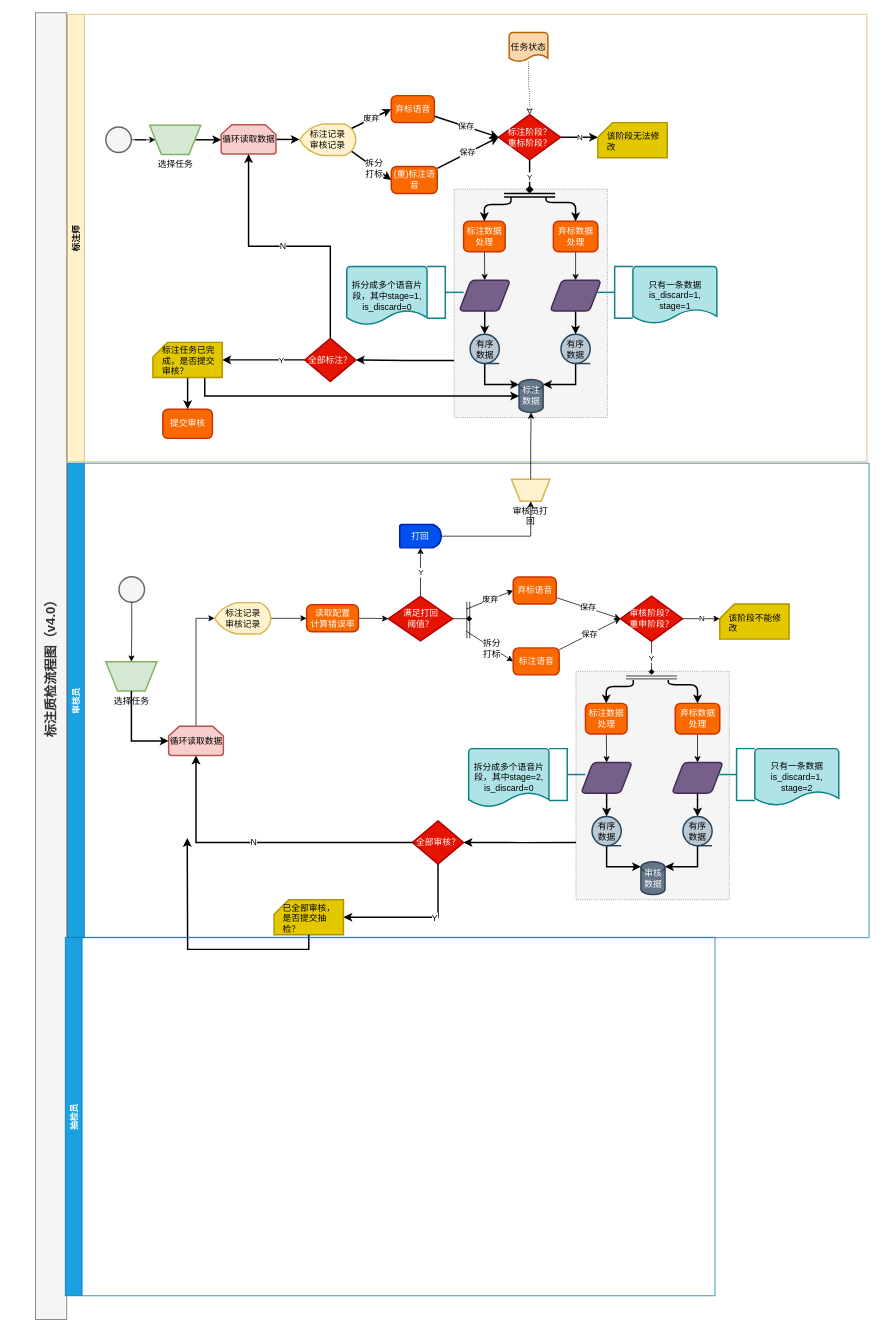
Earlier version of the draw.io diagram 标注完整流程图.drawio (gumuqi/draw.io). Source tidied: cells renumbered, new cells numbered last; positions are measured from the earlier drawing's top-left corner, leaving out a move shared by most shapes. Both pictures are drawn from the tidied source at 73%, with x=0, y=0 at pixel (35, -162).
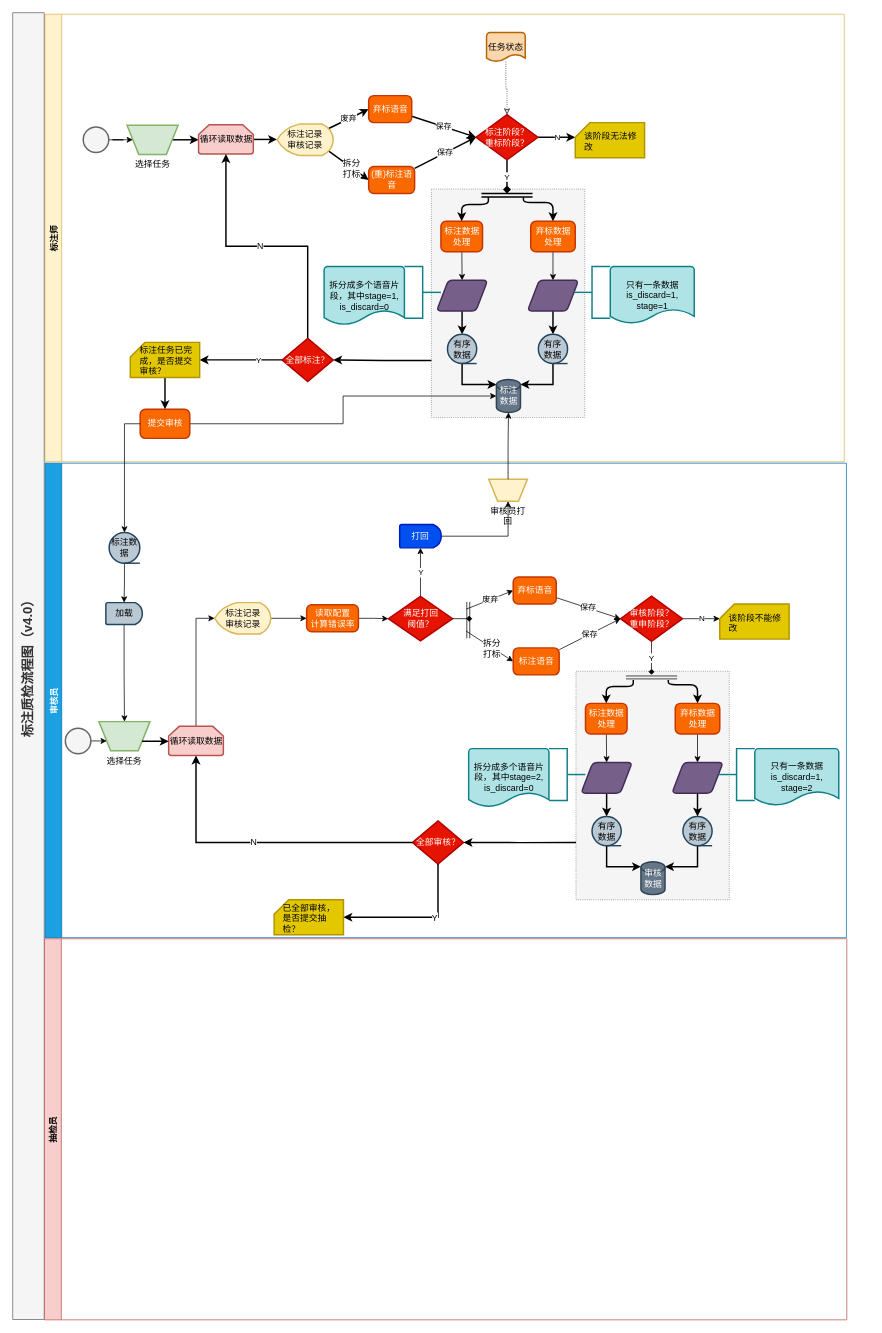
After the change.

Commit message (it also covers changes not shown here):
更新标注完整流程图.drawio

The change refers to these unchanged cells:
```xml
<mxCell id="38" value="标注数据" style="strokeWidth=2;html=1;shape=mxgraph.flowchart.database;whiteSpace=wrap;fillColor=#647687;strokeColor=#314354;fontColor=#ffffff;" parent="2" vertex="1">
  <mxGeometry x="377.5" y="741.5" width="33" height="45" as="geometry" />
</mxCell>
<mxCell id="48" value="提交审核" style="rounded=1;whiteSpace=wrap;html=1;absoluteArcSize=1;arcSize=14;strokeWidth=2;fillColor=#fa6800;strokeColor=#C73500;fontColor=#ffffff;" parent="2" vertex="1">
  <mxGeometry x="-110.5" y="782" width="68" height="40" as="geometry" />
</mxCell>
```

Change to the diagram source:
```diff
@@
     <mxCell id="2" value="标注师" style="swimlane;fillColor=#fff2cc;strokeColor=#d6b656;rotation=-90;" parent="1" vertex="1">
-      <mxGeometry x="285" width="613" height="1095" as="geometry" />
+      <mxGeometry x="254" width="613" height="1095" as="geometry" />
     </mxCell>
@@
-    <mxCell id="47" style="edgeStyle=orthogonalEdgeStyle;rounded=0;jettySize=auto;html=1;entryX=0;entryY=0.5;entryDx=0;entryDy=0;entryPerimeter=0;endArrow=classic;endFill=1;strokeWidth=2;" parent="2" edge="1" target="38">
-      <mxGeometry relative="1" as="geometry">
-        <mxPoint x="-53" y="739" as="sourcePoint" />
-        <Array as="points">
-          <mxPoint x="-53" y="764" />
-        </Array>
-      </mxGeometry>
-    </mxCell>
+    <mxCell id="118" style="edgeStyle=orthogonalEdgeStyle;rounded=0;jettySize=auto;html=1;entryX=0;entryY=0.5;entryDx=0;entryDy=0;entryPerimeter=0;endArrow=classic;endFill=1;strokeWidth=1;" parent="2" edge="1" source="48" target="38">
+      <mxGeometry relative="1" as="geometry" />
+    </mxCell>
@@
     <mxCell id="53" value="审核员" style="swimlane;fillColor=#1ba1e2;strokeColor=#006EAF;rotation=-90;fontColor=#ffffff;" parent="1" vertex="1">
-      <mxGeometry x="268" y="632" width="650" height="1098" as="geometry" />
+      <mxGeometry x="237" y="632" width="650" height="1098" as="geometry" />
     </mxCell>
     <mxCell id="54" style="verticalLabelPosition=bottom;verticalAlign=top;html=1;strokeWidth=2;shape=card;whiteSpace=wrap;size=20;arcSize=12;fillColor=#e3c800;strokeColor=#B09500;fontColor=#ffffff;" parent="53" vertex="1">
-      <mxGeometry x="59" y="822" width="95" height="48" as="geometry" />
+      <mxGeometry x="90" y="822" width="95" height="48" as="geometry" />
     </mxCell>
     <mxCell id="55" value="已全部审核，是否提交抽检？" style="text;html=1;strokeColor=none;fillColor=none;align=left;verticalAlign=middle;whiteSpace=wrap;rounded=0;" parent="53" vertex="1">
-      <mxGeometry x="69" y="837.5" width="75" height="20" as="geometry" />
+      <mxGeometry x="100" y="837.5" width="75" height="20" as="geometry" />
     </mxCell>
@@
     <mxCell id="57" value="循环读取数据" style="strokeWidth=2;html=1;shape=mxgraph.flowchart.loop_limit;whiteSpace=wrap;fillColor=#f8cecc;strokeColor=#b85450;" parent="53" vertex="1">
-      <mxGeometry x="-85.5" y="584.5" width="75" height="40" as="geometry" />
+      <mxGeometry x="-54.5" y="584.5" width="75" height="40" as="geometry" />
     </mxCell>
@@
     <mxCell id="59" value="标注记录&lt;br&gt;审核记录" style="strokeWidth=2;html=1;shape=mxgraph.flowchart.display;whiteSpace=wrap;fillColor=#fff2cc;strokeColor=#d6b656;" parent="53" vertex="1">
-      <mxGeometry x="-22.5" y="415" width="77" height="43" as="geometry" />
+      <mxGeometry x="8.5" y="415" width="77" height="43" as="geometry" />
     </mxCell>
@@
     <mxCell id="61" value="满足打回&lt;br&gt;阈值？" style="strokeWidth=2;html=1;shape=mxgraph.flowchart.decision;whiteSpace=wrap;fillColor=#e51400;strokeColor=#B20000;fontColor=#ffffff;" parent="53" vertex="1">
-      <mxGeometry x="215.5" y="406.5" width="88" height="61" as="geometry" />
+      <mxGeometry x="246.5" y="406.5" width="88" height="61" as="geometry" />
     </mxCell>
@@
     <mxCell id="63" value="读取配置&lt;br&gt;计算错误率" style="rounded=1;whiteSpace=wrap;html=1;absoluteArcSize=1;arcSize=14;strokeWidth=2;fillColor=#fa6800;strokeColor=#C73500;fontColor=#ffffff;" parent="53" vertex="1">
-      <mxGeometry x="103.5" y="418" width="71" height="37" as="geometry" />
+      <mxGeometry x="134.5" y="418" width="71" height="37" as="geometry" />
     </mxCell>
     <mxCell id="64" value="选择任务" style="verticalLabelPosition=bottom;verticalAlign=top;html=1;strokeWidth=2;shape=trapezoid;perimeter=trapezoidPerimeter;whiteSpace=wrap;size=0.23;arcSize=10;flipV=1;fillColor=#d5e8d4;rotation=0;strokeColor=#82b366;" parent="53" vertex="1">
-      <mxGeometry x="-171.5" y="496" width="70" height="40" as="geometry" />
+      <mxGeometry x="-150" y="578" width="70" height="40" as="geometry" />
     </mxCell>
-    <mxCell id="65" style="edgeStyle=orthogonalEdgeStyle;rounded=0;jettySize=auto;html=1;entryX=0;entryY=0.5;entryDx=0;entryDy=0;entryPerimeter=0;endArrow=classic;endFill=1;strokeWidth=2;exitX=0.5;exitY=1;exitDx=0;exitDy=0;" parent="53" edge="1" source="64" target="57">
+    <mxCell id="65" style="edgeStyle=orthogonalEdgeStyle;rounded=0;jettySize=auto;html=1;entryX=0;entryY=0.5;entryDx=0;entryDy=0;entryPerimeter=0;endArrow=classic;endFill=1;strokeWidth=2;exitX=1;exitY=0.75;exitDx=0;exitDy=0;" parent="53" edge="1" source="64" target="57">
       <mxGeometry relative="1" as="geometry" />
     </mxCell>
+    <mxCell id="67" style="edgeStyle=orthogonalEdgeStyle;rounded=0;jettySize=auto;html=1;exitX=0.5;exitY=1;exitDx=0;exitDy=0;exitPerimeter=0;entryX=0;entryY=0.75;entryDx=0;entryDy=0;endArrow=classic;endFill=1;strokeWidth=1;" parent="53" edge="1" source="66" target="64">
+      <mxGeometry relative="1" as="geometry" />
+    </mxCell>
     <mxCell id="66" style="strokeWidth=2;html=1;shape=mxgraph.flowchart.start_2;whiteSpace=wrap;rotation=-90;fillColor=#f5f5f5;strokeColor=#666666;fontColor=#333333;" parent="53" vertex="1">
-      <mxGeometry x="-153.5" y="379.5" width="35" height="35" as="geometry" />
+      <mxGeometry x="-196" y="587" width="35" height="35" as="geometry" />
     </mxCell>
-    <mxCell id="67" style="edgeStyle=orthogonalEdgeStyle;rounded=0;jettySize=auto;html=1;entryX=0.5;entryY=0;entryDx=0;entryDy=0;exitX=0;exitY=0.5;exitDx=0;exitDy=0;exitPerimeter=0;" parent="53" edge="1" source="66" target="64">
-      <mxGeometry relative="1" as="geometry" />
-    </mxCell>
@@
     <mxCell id="70" value="打回" style="strokeWidth=2;html=1;shape=mxgraph.flowchart.delay;whiteSpace=wrap;fillColor=#0050ef;strokeColor=#001DBC;fontColor=#ffffff;" parent="53" vertex="1">
-      <mxGeometry x="231" y="308" width="57" height="32" as="geometry" />
+      <mxGeometry x="262" y="308" width="57" height="32" as="geometry" />
     </mxCell>
     <mxCell id="71" style="shape=link;html=1;endArrow=classic;endFill=1;strokeWidth=1;" parent="53" edge="1">
       <mxGeometry relative="1" as="geometry">
-        <mxPoint x="325" y="464" as="sourcePoint" />
-        <mxPoint x="325" y="414" as="targetPoint" />
+        <mxPoint x="356" y="464" as="sourcePoint" />
+        <mxPoint x="356" y="414" as="targetPoint" />
       </mxGeometry>
     </mxCell>
     <mxCell id="72" value="全部审核？" style="strokeWidth=2;html=1;shape=mxgraph.flowchart.decision;whiteSpace=wrap;fillColor=#e51400;strokeColor=#B20000;fontColor=#ffffff;" parent="53" vertex="1">
-      <mxGeometry x="248.5" y="714" width="70" height="59" as="geometry" />
+      <mxGeometry x="279.5" y="714" width="70" height="59" as="geometry" />
     </mxCell>
@@
+    <mxCell id="119" style="edgeStyle=orthogonalEdgeStyle;rounded=0;jettySize=auto;html=1;entryX=0.5;entryY=0;entryDx=0;entryDy=0;endArrow=classic;endFill=1;strokeWidth=1;" parent="53" edge="1" source="120" target="64">
+      <mxGeometry relative="1" as="geometry" />
+    </mxCell>
+    <mxCell id="120" value="加载" style="strokeWidth=2;html=1;shape=mxgraph.flowchart.delay;whiteSpace=wrap;fillColor=#bac8d3;strokeColor=#23445d;" parent="53" vertex="1">
+      <mxGeometry x="-140.5" y="415" width="50" height="30" as="geometry" />
+    </mxCell>
+    <mxCell id="121" style="edgeStyle=orthogonalEdgeStyle;rounded=0;jettySize=auto;html=1;entryX=0.5;entryY=0;entryDx=0;entryDy=0;entryPerimeter=0;endArrow=classic;endFill=1;strokeWidth=1;" parent="53" edge="1" source="122" target="120">
+      <mxGeometry relative="1" as="geometry" />
+    </mxCell>
+    <mxCell id="122" value="标注数据" style="strokeWidth=2;html=1;shape=mxgraph.flowchart.sequential_data;whiteSpace=wrap;fillColor=#bac8d3;strokeColor=#23445d;" parent="53" vertex="1">
+      <mxGeometry x="-136" y="319" width="42" height="42" as="geometry" />
+    </mxCell>
@@
-    <mxCell id="111" style="edgeStyle=orthogonalEdgeStyle;rounded=0;jettySize=auto;html=1;endArrow=classic;endFill=1;strokeWidth=2;exitX=0.5;exitY=1;exitDx=0;exitDy=0;exitPerimeter=0;" parent="1" edge="1" source="54">
-      <mxGeometry relative="1" as="geometry">
-        <mxPoint x="208" y="1369.5" as="targetPoint" />
-      </mxGeometry>
-    </mxCell>
     <mxCell id="112" value="&lt;b style=&quot;font-size: 18px&quot;&gt;标注质检流程图（v4.0）&lt;br&gt;&lt;/b&gt;" style="rounded=0;whiteSpace=wrap;html=1;fillColor=#f5f5f5;align=center;verticalAlign=middle;horizontal=0;strokeColor=#666666;fontColor=#333333;" parent="1" vertex="1">
-      <mxGeometry y="239" width="43" height="1790" as="geometry" />
+      <mxGeometry x="-31" y="239" width="43" height="1790" as="geometry" />
     </mxCell>
-    <mxCell id="113" value="抽检员" style="swimlane;fillColor=#1ba1e2;strokeColor=#006EAF;rotation=-90;fontColor=#ffffff;" parent="1" vertex="1">
-      <mxGeometry x="240.5" y="1306" width="491" height="890" as="geometry" />
+    <mxCell id="113" value="抽检员" style="swimlane;fillColor=#f8cecc;strokeColor=#b85450;rotation=-90;" parent="1" vertex="1">
+      <mxGeometry x="301" y="1219" width="522" height="1099" as="geometry" />
     </mxCell>
@@
     <mxCell id="115" value="任务状态" style="strokeWidth=2;html=1;shape=mxgraph.flowchart.document2;whiteSpace=wrap;size=0.25;fillColor=#fad7ac;strokeColor=#b46504;" parent="1" vertex="1">
-      <mxGeometry x="649" y="266" width="53" height="40" as="geometry" />
+      <mxGeometry x="618" y="266" width="53" height="40" as="geometry" />
     </mxCell>
@@
+    <mxCell id="123" style="edgeStyle=orthogonalEdgeStyle;rounded=0;jettySize=auto;html=1;endArrow=classic;endFill=1;strokeWidth=1;entryX=0.5;entryY=0;entryDx=0;entryDy=0;entryPerimeter=0;" parent="1" edge="1" source="48" target="122">
+      <mxGeometry relative="1" as="geometry" />
+    </mxCell>
```
